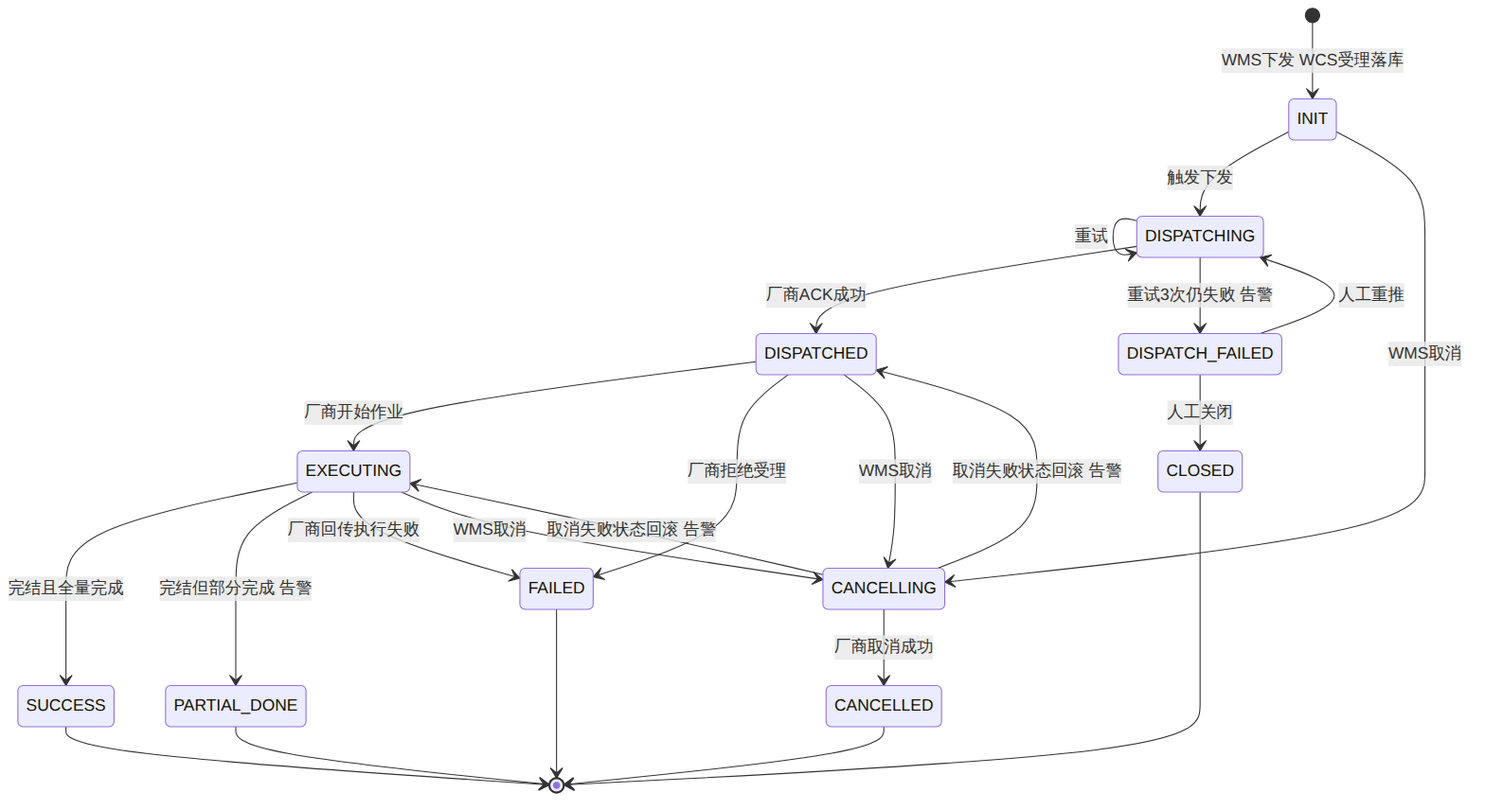
Above: docs/wcs/images/04-state.png in generous-jiang/jiangzw (Mermaid), before the change. Its source is kept beside it as docs/wcs/diagrams/04-state.mmd. Source of this version:
```mermaid
stateDiagram-v2
    direction TB
    [*] --> INIT: WMS下发 WCS受理落库
    INIT --> DISPATCHING: 触发下发
    DISPATCHING --> DISPATCHING: 重试
    DISPATCHING --> DISPATCHED: 厂商ACK成功
    DISPATCHING --> DISPATCH_FAILED: 重试3次仍失败 告警
    DISPATCH_FAILED --> DISPATCHING: 人工重推
    DISPATCH_FAILED --> CLOSED: 人工关闭
    DISPATCHED --> EXECUTING: 厂商开始作业
    DISPATCHED --> FAILED: 厂商拒绝受理
    EXECUTING --> SUCCESS: 完结且全量完成
    EXECUTING --> PARTIAL_DONE: 完结但部分完成 告警
    EXECUTING --> FAILED: 厂商回传执行失败
    INIT --> CANCELLING: WMS取消
    DISPATCHED --> CANCELLING: WMS取消
    EXECUTING --> CANCELLING: WMS取消
    CANCELLING --> CANCELLED: 厂商取消成功
    CANCELLING --> DISPATCHED: 取消失败状态回滚 告警
    CANCELLING --> EXECUTING: 取消失败状态回滚 告警
    SUCCESS --> [*]
    PARTIAL_DONE --> [*]
    FAILED --> [*]
    CANCELLED --> [*]
    CLOSED --> [*]
```
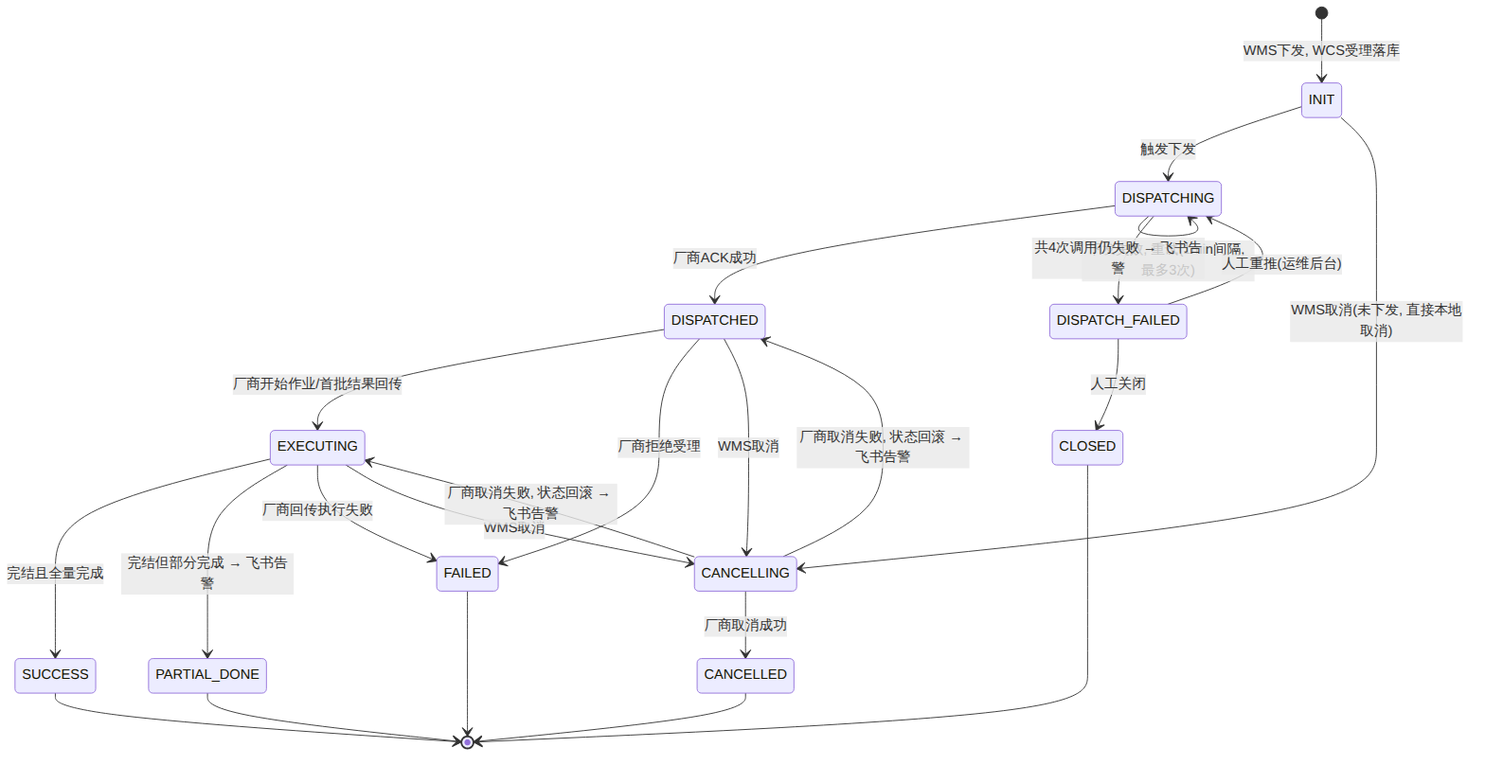
After the change.

The edit, as a diff of the source:
```diff
@@ -1,23 +1,22 @@
 stateDiagram-v2
-    direction TB
-    [*] --> INIT: WMS下发 WCS受理落库
+    [*] --> INIT: WMS下发, WCS受理落库
     INIT --> DISPATCHING: 触发下发
-    DISPATCHING --> DISPATCHING: 重试
     DISPATCHING --> DISPATCHED: 厂商ACK成功
-    DISPATCHING --> DISPATCH_FAILED: 重试3次仍失败 告警
-    DISPATCH_FAILED --> DISPATCHING: 人工重推
+    DISPATCHING --> DISPATCHING: 下发失败, 重试(1min间隔, 最多3次)
+    DISPATCHING --> DISPATCH_FAILED: 共4次调用仍失败 → 飞书告警
+    DISPATCH_FAILED --> DISPATCHING: 人工重推(运维后台)
     DISPATCH_FAILED --> CLOSED: 人工关闭
-    DISPATCHED --> EXECUTING: 厂商开始作业
+    DISPATCHED --> EXECUTING: 厂商开始作业/首批结果回传
     DISPATCHED --> FAILED: 厂商拒绝受理
     EXECUTING --> SUCCESS: 完结且全量完成
-    EXECUTING --> PARTIAL_DONE: 完结但部分完成 告警
+    EXECUTING --> PARTIAL_DONE: 完结但部分完成 → 飞书告警
     EXECUTING --> FAILED: 厂商回传执行失败
-    INIT --> CANCELLING: WMS取消
+    INIT --> CANCELLING: WMS取消(未下发, 直接本地取消)
     DISPATCHED --> CANCELLING: WMS取消
     EXECUTING --> CANCELLING: WMS取消
     CANCELLING --> CANCELLED: 厂商取消成功
-    CANCELLING --> DISPATCHED: 取消失败状态回滚 告警
-    CANCELLING --> EXECUTING: 取消失败状态回滚 告警
+    CANCELLING --> DISPATCHED: 厂商取消失败, 状态回滚 → 飞书告警
+    CANCELLING --> EXECUTING: 厂商取消失败, 状态回滚 → 飞书告警
     SUCCESS --> [*]
     PARTIAL_DONE --> [*]
     FAILED --> [*]
```
